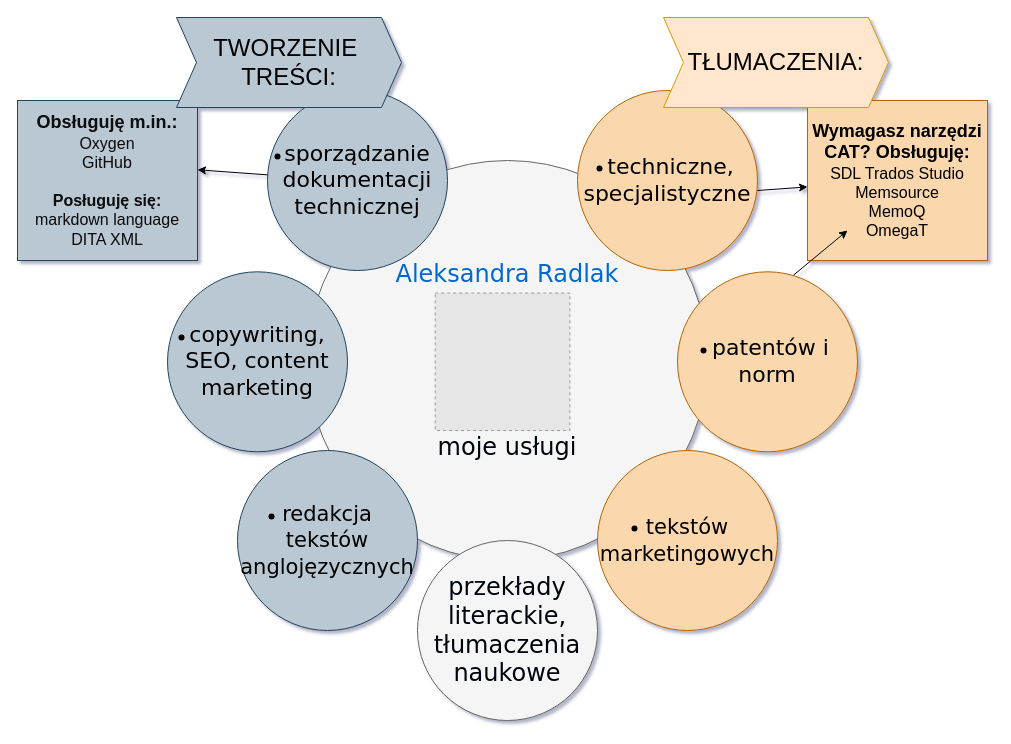
Above: Diagram bez tytułu.drawio in AleksandraRadlak/my_wiki (draw.io), before the change. Source tidied: cells renumbered, new cells numbered last; positions are measured from the earlier drawing's top-left corner, leaving out a move shared by most shapes. Both pictures are drawn from the tidied source at 100%, with x=0, y=0 at pixel (17, 17). Pictures stored in the file or linked from it are replaced by grey dashed boxes.
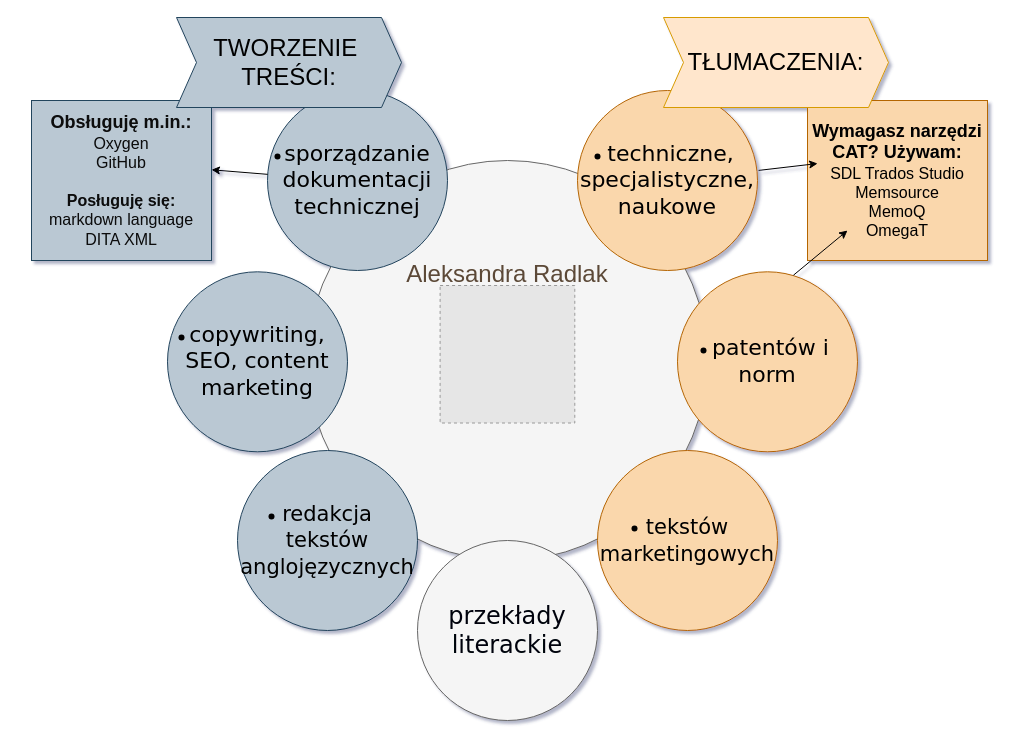
After the change.

The edit, as a diff of the source:
```diff
@@
-    <mxCell id="2" value="&lt;div style=&quot;font-size: 24px;&quot;&gt;&lt;font style=&quot;font-size: 24px;&quot;&gt;Aleksandra Radlak&lt;br&gt;&lt;/font&gt;&lt;/div&gt;&lt;div style=&quot;font-size: 24px;&quot;&gt;&lt;font style=&quot;font-size: 24px;&quot; color=&quot;#00060d&quot;&gt;&lt;br&gt;&lt;/font&gt;&lt;/div&gt;&lt;div style=&quot;font-size: 24px;&quot;&gt;&lt;font style=&quot;font-size: 24px;&quot; color=&quot;#00060d&quot;&gt;&lt;br&gt;&lt;/font&gt;&lt;/div&gt;&lt;div style=&quot;font-size: 24px;&quot;&gt;&lt;font style=&quot;font-size: 24px;&quot; color=&quot;#00060d&quot;&gt;&lt;br&gt;&lt;/font&gt;&lt;/div&gt;&lt;div style=&quot;font-size: 24px;&quot;&gt;&lt;font style=&quot;font-size: 24px;&quot; color=&quot;#00060d&quot;&gt;&lt;br&gt;&lt;/font&gt;&lt;/div&gt;&lt;div style=&quot;font-size: 24px;&quot;&gt;&lt;font style=&quot;font-size: 24px;&quot; color=&quot;#00060d&quot;&gt;&lt;br&gt;&lt;/font&gt;&lt;/div&gt;&lt;div style=&quot;font-size: 24px;&quot;&gt;&lt;font style=&quot;font-size: 24px;&quot; color=&quot;#00060d&quot;&gt;moje usługi &lt;br&gt;&lt;/font&gt;&lt;/div&gt;" style="ellipse;whiteSpace=wrap;html=1;rounded=0;shadow=0;dashed=0;comic=0;fontFamily=Verdana;fontSize=22;fontColor=#0069D1;fillColor=#f5f5f5;strokeColor=#666666;" parent="1" vertex="1">
+    <mxCell id="2" value="&lt;div style=&quot;font-size: 24px;&quot;&gt;&lt;font face=&quot;Helvetica&quot; color=&quot;#5c4937&quot; style=&quot;font-size: 24px;&quot;&gt;Aleksandra Radlak&lt;br&gt;&lt;/font&gt;&lt;/div&gt;&lt;div style=&quot;font-size: 24px;&quot;&gt;&lt;font face=&quot;adrcxpIAWqPZKelnIhmX&quot; color=&quot;#5c4937&quot; style=&quot;font-size: 24px;&quot;&gt;&lt;br&gt;&lt;/font&gt;&lt;/div&gt;&lt;div style=&quot;font-size: 24px;&quot;&gt;&lt;font face=&quot;adrcxpIAWqPZKelnIhmX&quot; color=&quot;#5c4937&quot; style=&quot;font-size: 24px;&quot;&gt;&lt;br&gt;&lt;/font&gt;&lt;/div&gt;&lt;div style=&quot;font-size: 24px;&quot;&gt;&lt;font face=&quot;adrcxpIAWqPZKelnIhmX&quot; color=&quot;#5c4937&quot; style=&quot;font-size: 24px;&quot;&gt;&lt;br&gt;&lt;/font&gt;&lt;/div&gt;&lt;div style=&quot;font-size: 24px;&quot;&gt;&lt;font face=&quot;adrcxpIAWqPZKelnIhmX&quot; color=&quot;#5c4937&quot; style=&quot;font-size: 24px;&quot;&gt;&lt;br&gt;&lt;/font&gt;&lt;/div&gt;&lt;div style=&quot;font-size: 24px;&quot;&gt;&lt;font face=&quot;adrcxpIAWqPZKelnIhmX&quot; color=&quot;#5c4937&quot; style=&quot;font-size: 24px;&quot;&gt;&lt;br&gt;&lt;/font&gt;&lt;/div&gt;&lt;div style=&quot;font-size: 24px;&quot;&gt;&lt;font face=&quot;adrcxpIAWqPZKelnIhmX&quot; color=&quot;#5c4937&quot; style=&quot;font-size: 24px;&quot;&gt;&lt;br&gt;&lt;/font&gt;&lt;/div&gt;" style="ellipse;whiteSpace=wrap;html=1;rounded=0;shadow=0;dashed=0;comic=0;fontFamily=Verdana;fontSize=22;fontColor=#0069D1;fillColor=#f5f5f5;strokeColor=#666666;" parent="1" vertex="1">
       <mxGeometry x="290" y="143" width="400" height="400" as="geometry" />
     </mxCell>
-    <mxCell id="3" value="&lt;div style=&quot;font-size: 24px;&quot;&gt;&lt;font style=&quot;font-size: 24px;&quot; color=&quot;#00060d&quot;&gt;przekłady literackie,&lt;/font&gt;&lt;/div&gt;&lt;div style=&quot;font-size: 24px;&quot;&gt;&lt;font style=&quot;font-size: 24px;&quot; color=&quot;#00060d&quot;&gt;tłumaczenia naukowe&lt;br&gt;&lt;/font&gt;&lt;/div&gt;" style="ellipse;whiteSpace=wrap;html=1;rounded=0;shadow=0;dashed=0;comic=0;fontFamily=Verdana;fontSize=22;fontColor=#0069D1;fillColor=#f5f5f5;strokeColor=#666666;" parent="1" vertex="1">
+    <mxCell id="3" value="&lt;div style=&quot;font-size: 24px;&quot;&gt;&lt;font style=&quot;font-size: 24px;&quot; color=&quot;#00060d&quot;&gt;przekłady literackie&lt;/font&gt;&lt;/div&gt;" style="ellipse;whiteSpace=wrap;html=1;rounded=0;shadow=0;dashed=0;comic=0;fontFamily=Verdana;fontSize=22;fontColor=#0069D1;fillColor=#f5f5f5;strokeColor=#666666;" parent="1" vertex="1">
       <mxGeometry x="400" y="523" width="180" height="180" as="geometry" />
     </mxCell>
@@
-    <mxCell id="7" value="&lt;div style=&quot;&quot;&gt;&lt;font style=&quot;font-size: 22px;&quot; face=&quot;Verdana&quot;&gt;&amp;nbsp;&lt;/font&gt;&lt;font style=&quot;font-size: 22px;&quot; face=&quot;3_kRnwSZ05rTefSs1a9Z&quot;&gt;techniczne,&lt;/font&gt;&lt;/div&gt;&lt;div style=&quot;&quot;&gt;&lt;font style=&quot;font-size: 22px;&quot; face=&quot;3_kRnwSZ05rTefSs1a9Z&quot;&gt;specjalistyczne&lt;br&gt;&lt;/font&gt;&lt;/div&gt;" style="ellipse;whiteSpace=wrap;html=1;rounded=0;shadow=0;dashed=0;comic=0;fontFamily=Verdana;fontSize=22;fillColor=#fad7ac;strokeColor=#b46504;" parent="1" vertex="1">
+    <mxCell id="7" value="&lt;div style=&quot;&quot;&gt;&lt;font style=&quot;font-size: 22px;&quot; face=&quot;Verdana&quot;&gt;&amp;nbsp;&lt;/font&gt;&lt;font style=&quot;font-size: 22px;&quot; face=&quot;3_kRnwSZ05rTefSs1a9Z&quot;&gt;techniczne,&lt;/font&gt;&lt;/div&gt;&lt;div style=&quot;&quot;&gt;&lt;font style=&quot;font-size: 22px;&quot; face=&quot;3_kRnwSZ05rTefSs1a9Z&quot;&gt;specjalistyczne,&lt;/font&gt;&lt;/div&gt;&lt;div style=&quot;&quot;&gt;&lt;font style=&quot;font-size: 22px;&quot; face=&quot;3_kRnwSZ05rTefSs1a9Z&quot;&gt;naukowe&lt;br&gt;&lt;/font&gt;&lt;/div&gt;" style="ellipse;whiteSpace=wrap;html=1;rounded=0;shadow=0;dashed=0;comic=0;fontFamily=Verdana;fontSize=22;fillColor=#fad7ac;strokeColor=#b46504;" parent="1" vertex="1">
       <mxGeometry x="560" y="73" width="180" height="180" as="geometry" />
     </mxCell>
@@
-    <mxCell id="10" style="endArrow=classic;html=1;rounded=0;" parent="1" edge="1" target="11">
-      <mxGeometry relative="1" as="geometry">
-        <mxPoint x="740" y="173" as="sourcePoint" />
-      </mxGeometry>
-    </mxCell>
-    <mxCell id="11" value="&lt;font style=&quot;font-size: 18px;&quot;&gt;&lt;b&gt;Wymagasz narzędzi CAT? Obsługuję:&lt;br&gt;&lt;/b&gt;&lt;/font&gt;&lt;div&gt;&lt;font size=&quot;3&quot;&gt;SDL Trados Studio&lt;/font&gt;&lt;/div&gt;&lt;div&gt;&lt;font size=&quot;3&quot;&gt;Memsource&lt;/font&gt;&lt;/div&gt;&lt;div&gt;&lt;font size=&quot;3&quot;&gt;MemoQ&lt;/font&gt;&lt;/div&gt;&lt;div&gt;&lt;font size=&quot;3&quot;&gt;OmegaT&lt;br&gt;&lt;/font&gt;&lt;/div&gt;" style="rounded=0;whiteSpace=wrap;html=1;fillColor=#fad7ac;strokeColor=#b46504;fontColor=default;" parent="1" vertex="1">
+    <mxCell id="11" value="&lt;font style=&quot;font-size: 18px;&quot;&gt;&lt;b&gt;Wymagasz narzędzi CAT? Używam:&lt;br&gt;&lt;/b&gt;&lt;/font&gt;&lt;div&gt;&lt;font size=&quot;3&quot;&gt;SDL Trados Studio&lt;/font&gt;&lt;/div&gt;&lt;div&gt;&lt;font size=&quot;3&quot;&gt;Memsource&lt;/font&gt;&lt;/div&gt;&lt;div&gt;&lt;font size=&quot;3&quot;&gt;MemoQ&lt;/font&gt;&lt;/div&gt;&lt;div&gt;&lt;font size=&quot;3&quot;&gt;OmegaT&lt;br&gt;&lt;/font&gt;&lt;/div&gt;" style="rounded=0;whiteSpace=wrap;html=1;fillColor=#fad7ac;strokeColor=#b46504;fontColor=default;" parent="1" vertex="1">
       <mxGeometry x="790" y="83" width="180" height="160" as="geometry" />
     </mxCell>
@@
     <mxCell id="13" value="&lt;font style=&quot;font-size: 18px;&quot;&gt;&lt;b&gt;Obsługuję m.in.:&lt;br&gt;&lt;/b&gt;&lt;/font&gt;&lt;div&gt;&lt;font size=&quot;3&quot;&gt;Oxygen&lt;br&gt;&lt;/font&gt;&lt;/div&gt;&lt;div&gt;&lt;font size=&quot;3&quot;&gt;GitHub&lt;/font&gt;&lt;/div&gt;&lt;div&gt;&lt;font size=&quot;3&quot;&gt;&lt;br&gt;&lt;/font&gt;&lt;/div&gt;&lt;div&gt;&lt;font size=&quot;3&quot;&gt;&lt;b&gt;Posługuję się:&lt;br&gt;&lt;/b&gt;&lt;/font&gt;&lt;/div&gt;&lt;div&gt;&lt;font size=&quot;3&quot;&gt;markdown language&lt;/font&gt;&lt;/div&gt;&lt;div&gt;&lt;font size=&quot;3&quot;&gt;DITA XML&lt;br&gt;&lt;/font&gt;&lt;/div&gt;" style="rounded=0;whiteSpace=wrap;html=1;fillColor=#bac8d3;strokeColor=#23445d;fontColor=#0A0A0A;" parent="1" vertex="1">
-      <mxGeometry y="83" width="180" height="160" as="geometry" />
+      <mxGeometry x="14" y="83" width="180" height="160" as="geometry" />
     </mxCell>
@@
     <mxCell id="15" style="fillColor=#E6E6E6;strokeColor=#999999;dashed=1;verticalLabelPosition=bottom;labelBackgroundColor=default;verticalAlign=top;" parent="1" vertex="1">
-      <mxGeometry x="417.7" y="275.5" width="134.7" height="137.5" as="geometry" />
+      <mxGeometry x="422.6" y="268" width="134.7" height="137.5" as="geometry" />
     </mxCell>
@@
     <mxCell id="18" style="shape=waypoint;sketch=0;fillStyle=solid;size=6;fillColor=none;perimeter=centerPerimeter;" parent="1" vertex="1">
-      <mxGeometry x="572" y="141" width="20" height="20" as="geometry" />
+      <mxGeometry x="570" y="129" width="20" height="20" as="geometry" />
     </mxCell>
@@
+    <mxCell id="10" style="endArrow=classic;html=1;rounded=0;entryX=0.056;entryY=0.394;entryDx=0;entryDy=0;entryPerimeter=0;exitX=1.006;exitY=0.444;exitDx=0;exitDy=0;exitPerimeter=0;" parent="1" edge="1" source="7" target="11">
+      <mxGeometry relative="1" as="geometry" />
+    </mxCell>
```
